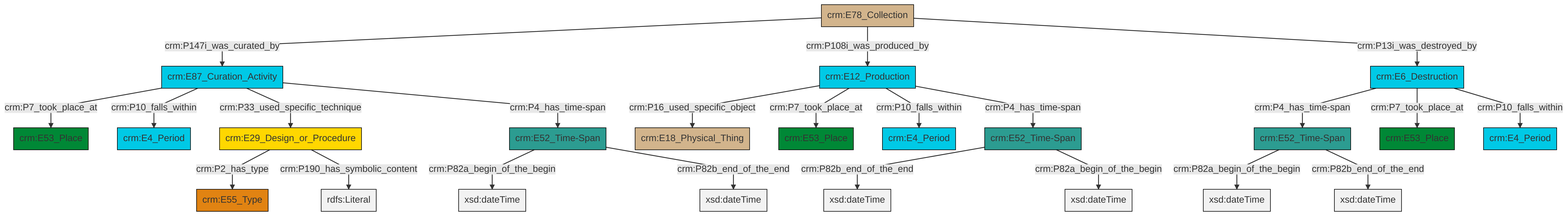
Above: et/archivalCSV/ttl/mmd/png/archival_existence.png in swiss-art-research-net/docs.swissartresearch (Mermaid), before the change. Its source is kept beside it as et/archivalCSV/ttl/mmd/archival_existence.ttl.mmd.
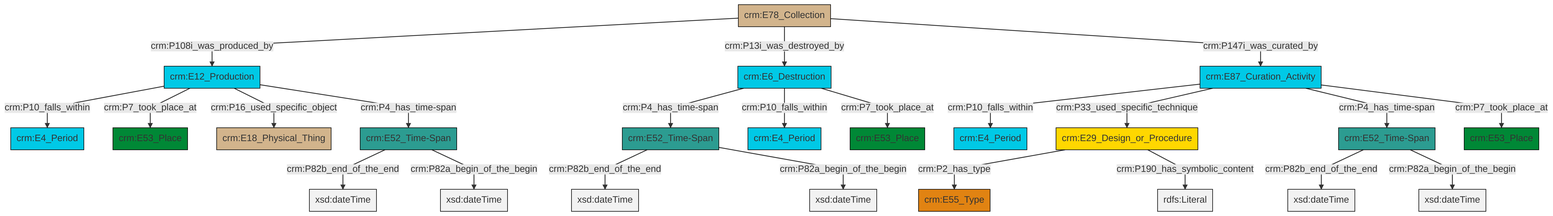
Later version of the same file.

Change to the diagram source:
```diff
@@ -13,25 +13,25 @@
 classDef PC_Classes fill:#4ce600, stroke:#000000;
 classDef Multi fill:#cccccc,stroke:#000000;
 
-2["crm:E52_Time-Span"]:::Time-Span -->|crm:P82a_begin_of_the_begin| 3[xsd:dateTime]:::Literal
-0["crm:E87_Curation_Activity"]:::Temporal_Entity -->|crm:P7_took_place_at| 6["crm:E53_Place"]:::Place
-7["crm:E78_Collection"]:::Physical_Thing -->|crm:P147i_was_curated_by| 0["crm:E87_Curation_Activity"]:::Temporal_Entity
-8["crm:E6_Destruction"]:::Temporal_Entity -->|crm:P4_has_time-span| 9["crm:E52_Time-Span"]:::Time-Span
-2["crm:E52_Time-Span"]:::Time-Span -->|crm:P82b_end_of_the_end| 12[xsd:dateTime]:::Literal
+0["crm:E6_Destruction"]:::Temporal_Entity -->|crm:P4_has_time-span| 1["crm:E52_Time-Span"]:::Time-Span
+8["crm:E29_Design_or_Procedure"]:::Conceptual_Object -->|crm:P2_has_type| 9["crm:E55_Type"]:::Type
+1["crm:E52_Time-Span"]:::Time-Span -->|crm:P82b_end_of_the_end| 10[xsd:dateTime]:::Literal
+1["crm:E52_Time-Span"]:::Time-Span -->|crm:P82a_begin_of_the_begin| 13[xsd:dateTime]:::Literal
 18["crm:E52_Time-Span"]:::Time-Span -->|crm:P82b_end_of_the_end| 19[xsd:dateTime]:::Literal
-9["crm:E52_Time-Span"]:::Time-Span -->|crm:P82a_begin_of_the_begin| 20[xsd:dateTime]:::Literal
-8["crm:E6_Destruction"]:::Temporal_Entity -->|crm:P7_took_place_at| 13["crm:E53_Place"]:::Place
-9["crm:E52_Time-Span"]:::Time-Span -->|crm:P82b_end_of_the_end| 22[xsd:dateTime]:::Literal
-7["crm:E78_Collection"]:::Physical_Thing -->|crm:P108i_was_produced_by| 16["crm:E12_Production"]:::Temporal_Entity
-16["crm:E12_Production"]:::Temporal_Entity -->|crm:P16_used_specific_object| 4["crm:E18_Physical_Thing"]:::Physical_Thing
-0["crm:E87_Curation_Activity"]:::Temporal_Entity -->|crm:P10_falls_within| 26["crm:E4_Period"]:::Temporal_Entity
-0["crm:E87_Curation_Activity"]:::Temporal_Entity -->|crm:P33_used_specific_technique| 29["crm:E29_Design_or_Procedure"]:::Conceptual_Object
-8["crm:E6_Destruction"]:::Temporal_Entity -->|crm:P10_falls_within| 23["crm:E4_Period"]:::Temporal_Entity
-18["crm:E52_Time-Span"]:::Time-Span -->|crm:P82a_begin_of_the_begin| 30[xsd:dateTime]:::Literal
-7["crm:E78_Collection"]:::Physical_Thing -->|crm:P13i_was_destroyed_by| 8["crm:E6_Destruction"]:::Temporal_Entity
-16["crm:E12_Production"]:::Temporal_Entity -->|crm:P7_took_place_at| 34["crm:E53_Place"]:::Place
-16["crm:E12_Production"]:::Temporal_Entity -->|crm:P10_falls_within| 31["crm:E4_Period"]:::Temporal_Entity
-29["crm:E29_Design_or_Procedure"]:::Conceptual_Object -->|crm:P2_has_type| 10["crm:E55_Type"]:::Type
-29["crm:E29_Design_or_Procedure"]:::Conceptual_Object -->|crm:P190_has_symbolic_content| 37[rdfs:Literal]:::Literal
-0["crm:E87_Curation_Activity"]:::Temporal_Entity -->|crm:P4_has_time-span| 2["crm:E52_Time-Span"]:::Time-Span
-16["crm:E12_Production"]:::Temporal_Entity -->|crm:P4_has_time-span| 18["crm:E52_Time-Span"]:::Time-Span
+14["crm:E52_Time-Span"]:::Time-Span -->|crm:P82b_end_of_the_end| 23[xsd:dateTime]:::Literal
+18["crm:E52_Time-Span"]:::Time-Span -->|crm:P82a_begin_of_the_begin| 24[xsd:dateTime]:::Literal
+25["crm:E78_Collection"]:::Physical_Thing -->|crm:P108i_was_produced_by| 26["crm:E12_Production"]:::Temporal_Entity
+26["crm:E12_Production"]:::Temporal_Entity -->|crm:P10_falls_within| 27["crm:E4_Period"]:::Temporal_Entity
+11["crm:E87_Curation_Activity"]:::Temporal_Entity -->|crm:P10_falls_within| 4["crm:E4_Period"]:::Temporal_Entity
+11["crm:E87_Curation_Activity"]:::Temporal_Entity -->|crm:P33_used_specific_technique| 8["crm:E29_Design_or_Procedure"]:::Conceptual_Object
+26["crm:E12_Production"]:::Temporal_Entity -->|crm:P7_took_place_at| 16["crm:E53_Place"]:::Place
+26["crm:E12_Production"]:::Temporal_Entity -->|crm:P16_used_specific_object| 2["crm:E18_Physical_Thing"]:::Physical_Thing
+11["crm:E87_Curation_Activity"]:::Temporal_Entity -->|crm:P4_has_time-span| 18["crm:E52_Time-Span"]:::Time-Span
+26["crm:E12_Production"]:::Temporal_Entity -->|crm:P4_has_time-span| 14["crm:E52_Time-Span"]:::Time-Span
+25["crm:E78_Collection"]:::Physical_Thing -->|crm:P13i_was_destroyed_by| 0["crm:E6_Destruction"]:::Temporal_Entity
+14["crm:E52_Time-Span"]:::Time-Span -->|crm:P82a_begin_of_the_begin| 31[xsd:dateTime]:::Literal
+11["crm:E87_Curation_Activity"]:::Temporal_Entity -->|crm:P7_took_place_at| 6["crm:E53_Place"]:::Place
+8["crm:E29_Design_or_Procedure"]:::Conceptual_Object -->|crm:P190_has_symbolic_content| 32[rdfs:Literal]:::Literal
+0["crm:E6_Destruction"]:::Temporal_Entity -->|crm:P10_falls_within| 33["crm:E4_Period"]:::Temporal_Entity
+0["crm:E6_Destruction"]:::Temporal_Entity -->|crm:P7_took_place_at| 20["crm:E53_Place"]:::Place
+25["crm:E78_Collection"]:::Physical_Thing -->|crm:P147i_was_curated_by| 11["crm:E87_Curation_Activity"]:::Temporal_Entity
```
